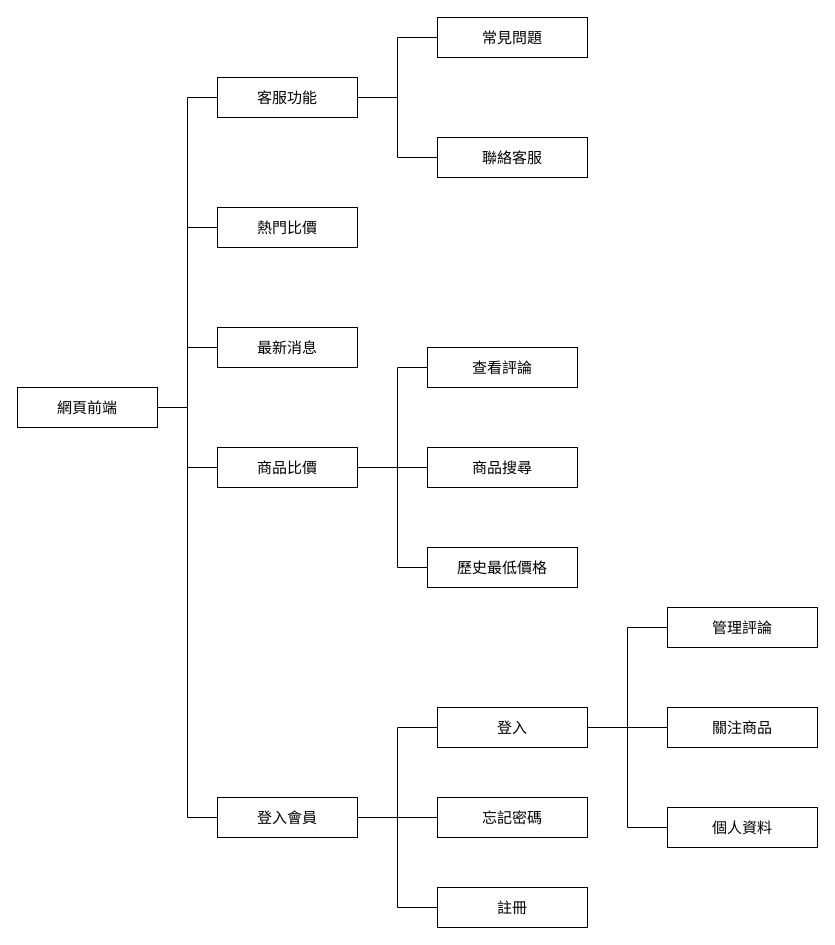
Before: graphs/b1/front end struct.drawio in 7bagbun/grad_prj_docs, a draw.io diagram. Source tidied: cells renumbered, new cells numbered last; positions are measured from the earlier drawing's top-left corner, leaving out a move shared by most shapes. Both pictures are drawn from the tidied source at 100%, with x=0, y=0 at pixel (17, 17).
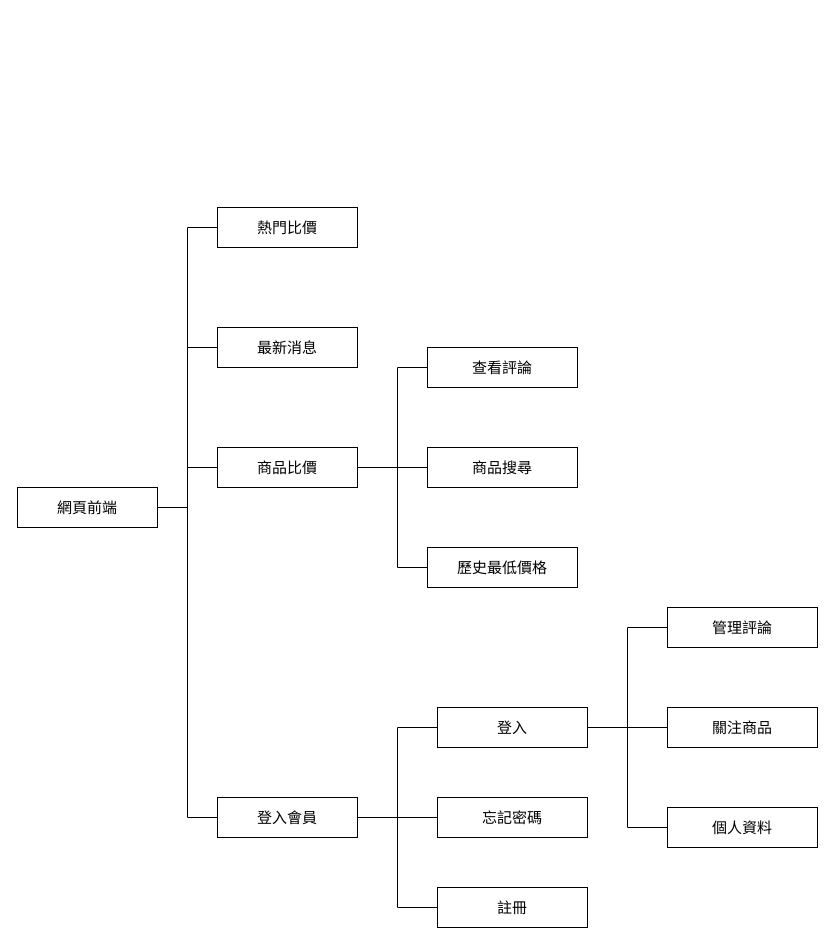
After the change.

The edit, as a diff of the source:
```diff
@@
-    <mxCell id="6" style="edgeStyle=orthogonalEdgeStyle;rounded=0;jettySize=auto;html=1;entryX=0;entryY=0.5;entryDx=0;entryDy=0;endArrow=none;endFill=0;" parent="1" edge="1" source="7" target="28">
-      <mxGeometry relative="1" as="geometry" />
-    </mxCell>
     <mxCell id="7" value="&lt;font style=&quot;font-size: 15px;&quot;&gt;網頁前端&lt;/font&gt;" style="rounded=0;whiteSpace=wrap;html=1;direction=east;" parent="1" vertex="1">
-      <mxGeometry y="370" width="140" height="40" as="geometry" />
+      <mxGeometry y="470" width="140" height="40" as="geometry" />
     </mxCell>
@@
-    <mxCell id="26" style="edgeStyle=orthogonalEdgeStyle;rounded=0;jettySize=auto;html=1;entryX=0;entryY=0.5;entryDx=0;entryDy=0;endArrow=none;endFill=0;" parent="1" edge="1" source="28" target="29">
-      <mxGeometry relative="1" as="geometry" />
-    </mxCell>
-    <mxCell id="27" style="edgeStyle=orthogonalEdgeStyle;rounded=0;jettySize=auto;html=1;entryX=0;entryY=0.5;entryDx=0;entryDy=0;endArrow=none;endFill=0;" parent="1" edge="1" source="28" target="30">
-      <mxGeometry relative="1" as="geometry" />
-    </mxCell>
-    <mxCell id="28" value="&lt;font style=&quot;font-size: 15px;&quot;&gt;客服功能&lt;/font&gt;" style="rounded=0;whiteSpace=wrap;html=1;" parent="1" vertex="1">
-      <mxGeometry x="200" y="60" width="140" height="40" as="geometry" />
-    </mxCell>
-    <mxCell id="29" value="&lt;font style=&quot;font-size: 15px;&quot;&gt;常見問題&lt;/font&gt;" style="rounded=0;whiteSpace=wrap;html=1;" parent="1" vertex="1">
-      <mxGeometry x="420" width="150" height="40" as="geometry" />
-    </mxCell>
-    <mxCell id="30" value="&lt;font style=&quot;font-size: 15px;&quot;&gt;聯絡客服&lt;/font&gt;" style="rounded=0;whiteSpace=wrap;html=1;" parent="1" vertex="1">
-      <mxGeometry x="420" y="120" width="150" height="40" as="geometry" />
-    </mxCell>
```
